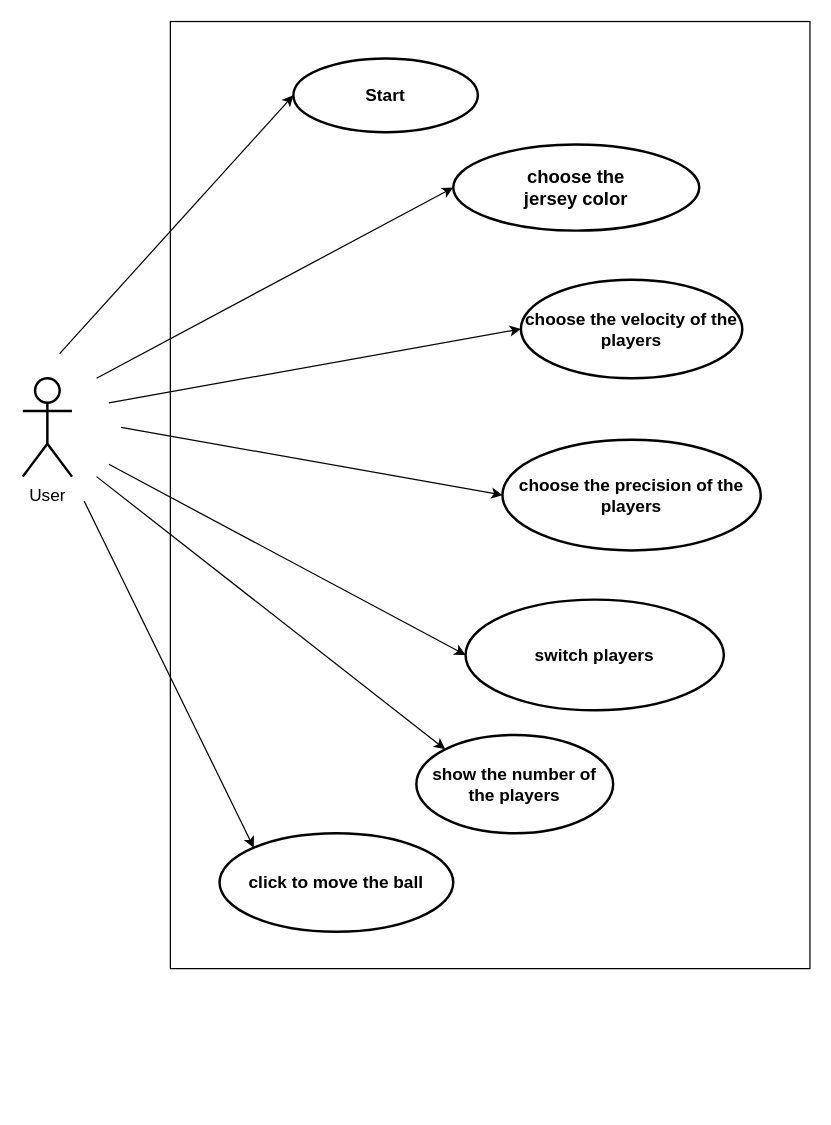
Earlier version of the draw.io diagram Endabgabe/Konzeption/Use-Case-Diagramm.drawio (Hannah257/EIA2). Source tidied: cells renumbered, new cells numbered last; positions are measured from the earlier drawing's top-left corner, leaving out a move shared by most shapes. Both pictures are drawn from the tidied source at 123%, with x=0, y=0 at pixel (22, 21).
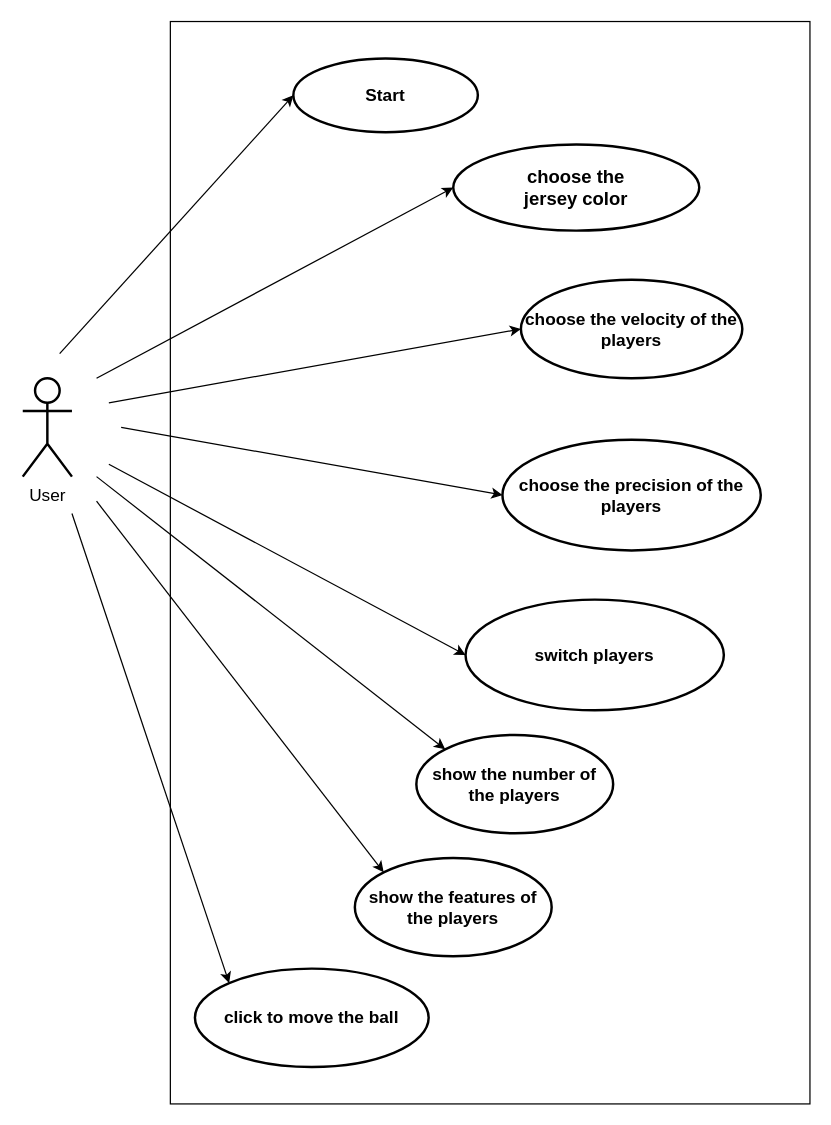
The same page after the edit.

Change to the diagram source:
```diff
@@
     <mxCell id="2" style="whiteSpace=wrap;html=1;" parent="1" vertex="1">
-      <mxGeometry x="120" width="520" height="770" as="geometry" />
+      <mxGeometry x="120" width="520" height="880" as="geometry" />
     </mxCell>
@@
     <mxCell id="17" value="&lt;h3&gt;click to move the ball&lt;/h3&gt;" style="ellipse;whiteSpace=wrap;html=1;strokeWidth=2;" parent="1" vertex="1">
-      <mxGeometry x="160" y="660" width="190" height="80" as="geometry" />
+      <mxGeometry x="140" y="770" width="190" height="80" as="geometry" />
     </mxCell>
@@
     <mxCell id="19" style="endArrow=classic;html=1;entryX=0;entryY=0;entryDx=0;entryDy=0;" parent="1" edge="1" target="17">
       <mxGeometry relative="1" as="geometry">
-        <mxPoint x="50" y="390" as="sourcePoint" />
+        <mxPoint x="40" y="400" as="sourcePoint" />
       </mxGeometry>
     </mxCell>
+    <mxCell id="20" value="&lt;h3&gt;show the features of the players&lt;/h3&gt;" style="ellipse;whiteSpace=wrap;html=1;strokeWidth=2;" parent="1" vertex="1">
+      <mxGeometry x="270" y="680" width="160" height="80" as="geometry" />
+    </mxCell>
+    <mxCell id="21" style="endArrow=classic;html=1;entryX=0;entryY=0;entryDx=0;entryDy=0;" parent="1" edge="1" target="20">
+      <mxGeometry relative="1" as="geometry">
+        <mxPoint x="60" y="390" as="sourcePoint" />
+      </mxGeometry>
+    </mxCell>
```
